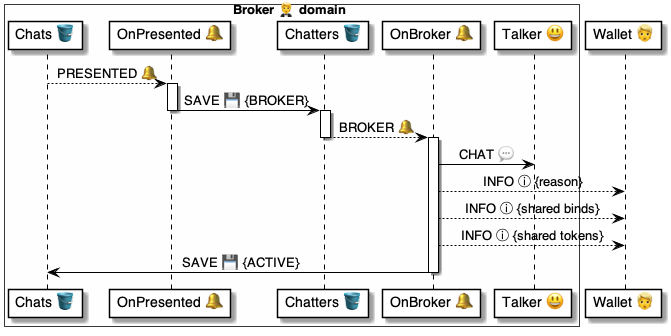
pollyweb-org/pollyweb-docs keeps this PlantUML diagram as 4 ⚙️ Solution/20 🧑‍🦰 UI/Brokers 🤵/🤵🪣 Broker tables/Chatters 👥 table/🪣🔔 2 Broker/🤵 OnChatterBroker ⚙️ uml.png. Above is the earlier version. Its source is kept beside it as 4 ⚙️ Solution/20 🧑‍🦰 UI/Brokers 🤵/🤵🪣 Broker tables/Chatters 👥 table/🪣🔔 2 Broker/🤵 OnChatterBroker ⚙️ uml.puml.
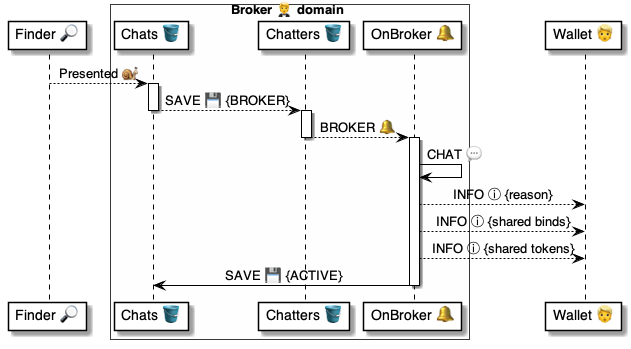
The same diagram one commit later.

Diff of the diagram source:
```diff
@@ -1,28 +1,26 @@
 @startuml OnChatterBroker
 
-
+participant "Finder 🔎" as finder
 box Broker 🤵 domain #FFFFFA
     participant "Chats 🪣" as chats
-    participant "OnPresented 🔔" as script
     participant "Chatters 🪣" as table
     participant "OnBroker 🔔" as handler
-    participant "Talker 😃" as talker
 end box
 
 participant "Wallet 👱" as wallet
 
-chats --> script: PRESENTED 🔔
+finder --> chats: Presented 🐌
 
-activate script
-    script -> table: SAVE 💾 {BROKER}
-deactivate script
+activate chats
+    chats --> table: SAVE 💾 {BROKER}
+deactivate chats
 
 activate table
     table --> handler: BROKER 🔔
 deactivate table
 
 activate handler
-    handler -> talker: CHAT 💬
+    handler -> handler: CHAT 💬
     handler --> wallet: INFO ⓘ {reason}
     handler --> wallet: INFO ⓘ {shared binds}
     handler --> wallet: INFO ⓘ {shared tokens}
```
